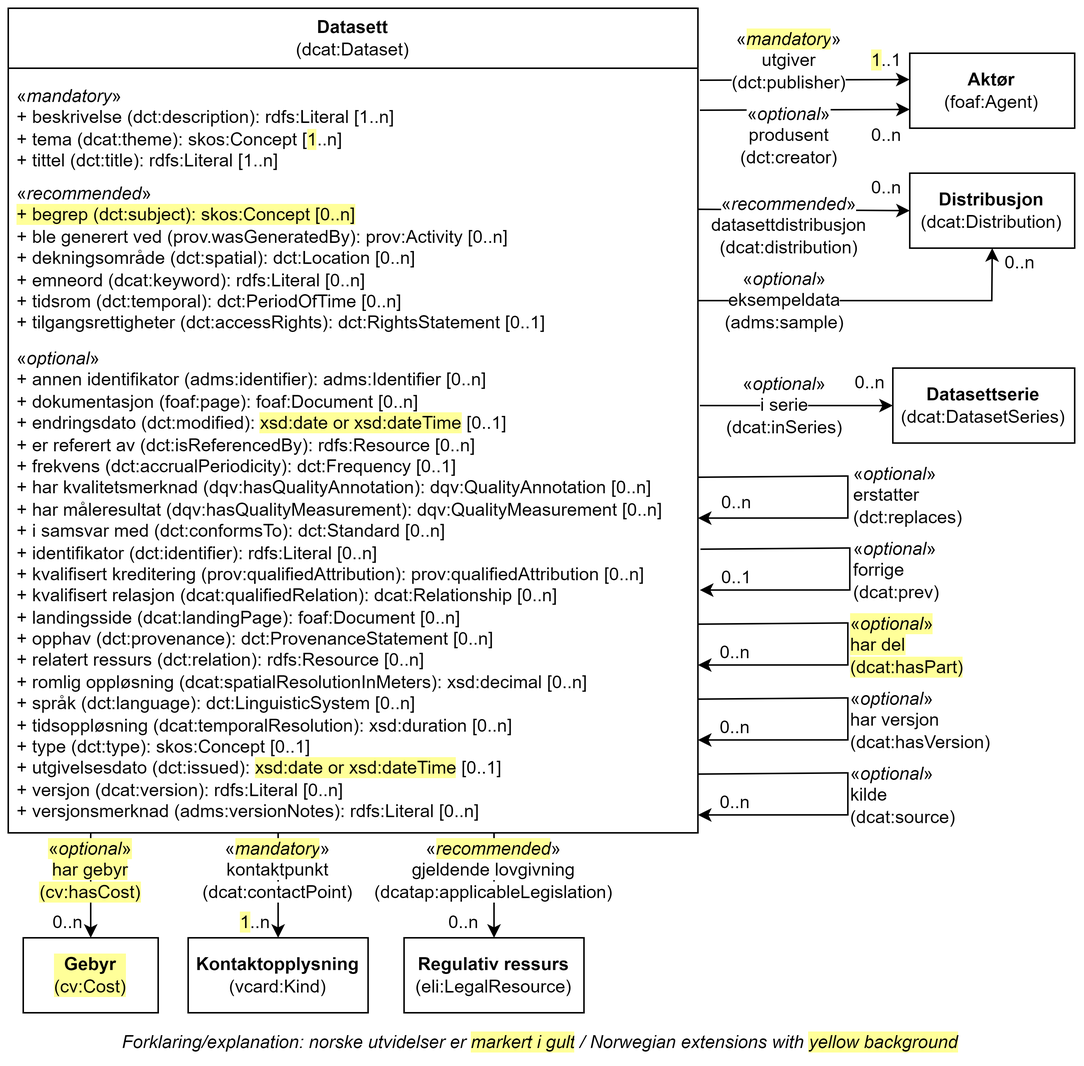
Informasjonsforvaltning/dcat-ap-no keeps this draw.io diagram as docs/images/Klassen-Datasett.png. Above is the earlier version. Source tidied: cells renumbered, new cells last; positions are measured from the earlier drawing's top-left corner, leaving out a move shared by most shapes.
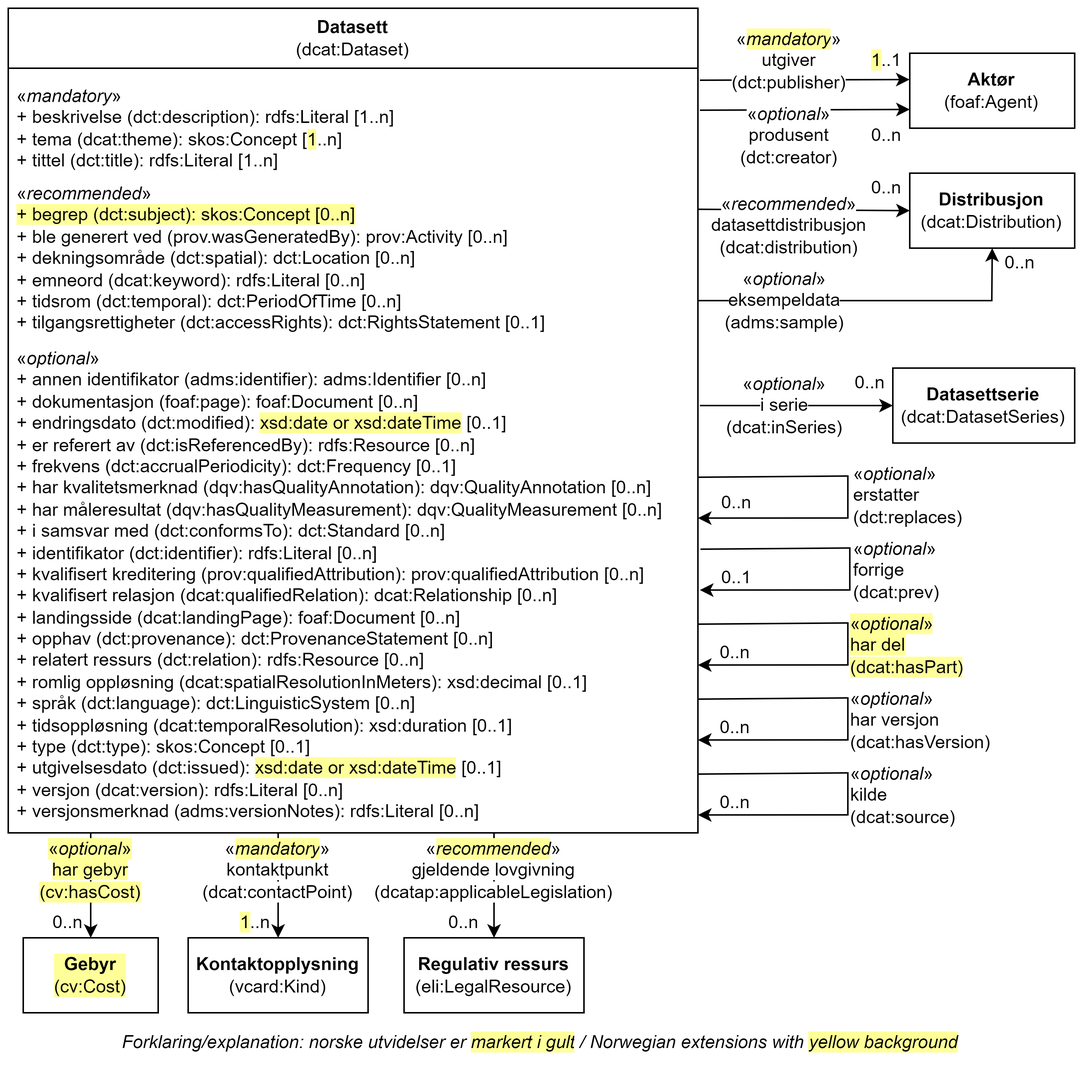
The same diagram one commit later.

Commit message:
Justering ift. DCAT-AP

What changed in the source:
```diff
@@ -11,7 +11,7 @@
     <mxCell id="4" value="«&lt;i&gt;recommended&lt;/i&gt;»&lt;br&gt;&lt;span style=&quot;background-color: rgb(255, 255, 153);&quot;&gt;+ begrep (dct:subject): skos:Concept [0..n]&lt;/span&gt;&lt;br&gt;+ ble generert ved (prov.wasGeneratedBy): prov:Activity [0..n]&lt;br&gt;+ dekningsområde (dct:spatial): dct:Location [0..n]&lt;br&gt;+ emneord (dcat:keyword): rdfs:Literal [0..n]&lt;br&gt;+ tidsrom (dct:temporal): dct:PeriodOfTime [0..n]&lt;br&gt;+&amp;nbsp;tilgangsrettigheter (dct:accessRights):&amp;nbsp;dct:RightsStatement [0..1]" style="text;strokeColor=none;fillColor=none;align=left;verticalAlign=top;spacingLeft=4;spacingRight=4;overflow=hidden;whiteSpace=wrap;html=1;" parent="2" vertex="1">
       <mxGeometry y="110" width="430" height="110" as="geometry" />
     </mxCell>
-    <mxCell id="5" value="«&lt;i&gt;optional&lt;/i&gt;»&lt;br&gt;+ annen identifikator (adms:identifier): adms:Identifier [0..n]&lt;br&gt;+ dokumentasjon (foaf:page): foaf:Document [0..n]&lt;br&gt;+ endringsdato (dct:modified): &lt;span style=&quot;background-color: rgb(255, 255, 153);&quot;&gt;xsd:date or xsd:dateTime&lt;/span&gt; [0..1]&lt;br&gt;+ er referert av (dct:isReferencedBy): rdfs:Resource [0..n]&lt;br&gt;+ frekvens (dct:accrualPeriodicity): dct:Frequency [0..1]&lt;div&gt;+&amp;nbsp;har kvalitetsmerknad (dqv:hasQualityAnnotation):&amp;nbsp;dqv:QualityAnnotation [0..n]&lt;/div&gt;&lt;div&gt;+ har måleresultat (dqv:hasQualityMeasurement): dqv:QualityMeasurement [0..n]&lt;/div&gt;&lt;div&gt;+&amp;nbsp;i samsvar med (dct:conformsTo): dct:Standard [0..n]&lt;br&gt;+ identifikator (dct:identifier): rdfs:Literal [0..n]&lt;br&gt;+ kvalifisert kreditering (prov:qualifiedAttribution): prov:qualifiedAttribution [0..n]&lt;br&gt;+ kvalifisert relasjon (dcat:qualifiedRelation): dcat:Relationship [0..n]&lt;br&gt;+ landingsside (dcat:landingPage): foaf:Document [0..n]&lt;br&gt;+ opphav (dct:provenance): dct:ProvenanceStatement [0..n]&lt;br&gt;+ relatert ressurs (dct:relation): rdfs:Resource [0..n]&lt;br&gt;+ romlig oppløsning (dcat:spatialResolutionInMeters): xsd:decimal [0..n]&lt;br&gt;+ språk (dct:language): dct:LinguisticSystem [0..n]&lt;br&gt;+ tidsoppløsning (dcat:temporalResolution): xsd:duration [0..n]&lt;br&gt;+ type (dct:type): skos:Concept [0..1]&lt;br&gt;+ utgivelsesdato (dct:issued): &lt;span style=&quot;background-color: rgb(255, 255, 153);&quot;&gt;xsd:date or xsd:dateTime&lt;/span&gt; [0..1]&lt;br&gt;+ versjon (dcat:version): rdfs:Literal [0..n]&lt;br&gt;+ versjonsmerknad (adms:versionNotes): rdfs:Literal [0..n]&lt;/div&gt;" style="text;strokeColor=none;fillColor=none;align=left;verticalAlign=top;spacingLeft=4;spacingRight=4;overflow=hidden;whiteSpace=wrap;html=1;" parent="2" vertex="1">
+    <mxCell id="5" value="«&lt;i&gt;optional&lt;/i&gt;»&lt;br&gt;+ annen identifikator (adms:identifier): adms:Identifier [0..n]&lt;br&gt;+ dokumentasjon (foaf:page): foaf:Document [0..n]&lt;br&gt;+ endringsdato (dct:modified): &lt;span style=&quot;background-color: rgb(255, 255, 153);&quot;&gt;xsd:date or xsd:dateTime&lt;/span&gt; [0..1]&lt;br&gt;+ er referert av (dct:isReferencedBy): rdfs:Resource [0..n]&lt;br&gt;+ frekvens (dct:accrualPeriodicity): dct:Frequency [0..1]&lt;div&gt;+&amp;nbsp;har kvalitetsmerknad (dqv:hasQualityAnnotation):&amp;nbsp;dqv:QualityAnnotation [0..n]&lt;/div&gt;&lt;div&gt;+ har måleresultat (dqv:hasQualityMeasurement): dqv:QualityMeasurement [0..n]&lt;/div&gt;&lt;div&gt;+&amp;nbsp;i samsvar med (dct:conformsTo): dct:Standard [0..n]&lt;br&gt;+ identifikator (dct:identifier): rdfs:Literal [0..n]&lt;br&gt;+ kvalifisert kreditering (prov:qualifiedAttribution): prov:qualifiedAttribution [0..n]&lt;br&gt;+ kvalifisert relasjon (dcat:qualifiedRelation): dcat:Relationship [0..n]&lt;br&gt;+ landingsside (dcat:landingPage): foaf:Document [0..n]&lt;br&gt;+ opphav (dct:provenance): dct:ProvenanceStatement [0..n]&lt;br&gt;+ relatert ressurs (dct:relation): rdfs:Resource [0..n]&lt;br&gt;+ romlig oppløsning (dcat:spatialResolutionInMeters): xsd:decimal [0..1]&lt;br&gt;+ språk (dct:language): dct:LinguisticSystem [0..n]&lt;br&gt;+ tidsoppløsning (dcat:temporalResolution): xsd:duration [0..1]&lt;br&gt;+ type (dct:type): skos:Concept [0..1]&lt;br&gt;+ utgivelsesdato (dct:issued): &lt;span style=&quot;background-color: rgb(255, 255, 153);&quot;&gt;xsd:date or xsd:dateTime&lt;/span&gt; [0..1]&lt;br&gt;+ versjon (dcat:version): rdfs:Literal [0..n]&lt;br&gt;+ versjonsmerknad (adms:versionNotes): rdfs:Literal [0..n]&lt;/div&gt;" style="text;strokeColor=none;fillColor=none;align=left;verticalAlign=top;spacingLeft=4;spacingRight=4;overflow=hidden;whiteSpace=wrap;html=1;" parent="2" vertex="1">
       <mxGeometry y="220" width="450" height="320" as="geometry" />
     </mxCell>
     <mxCell id="6" value="&lt;b&gt;Aktør&lt;/b&gt;&lt;br&gt;(foaf:Agent)" style="html=1;whiteSpace=wrap;" parent="1" vertex="1">
```
